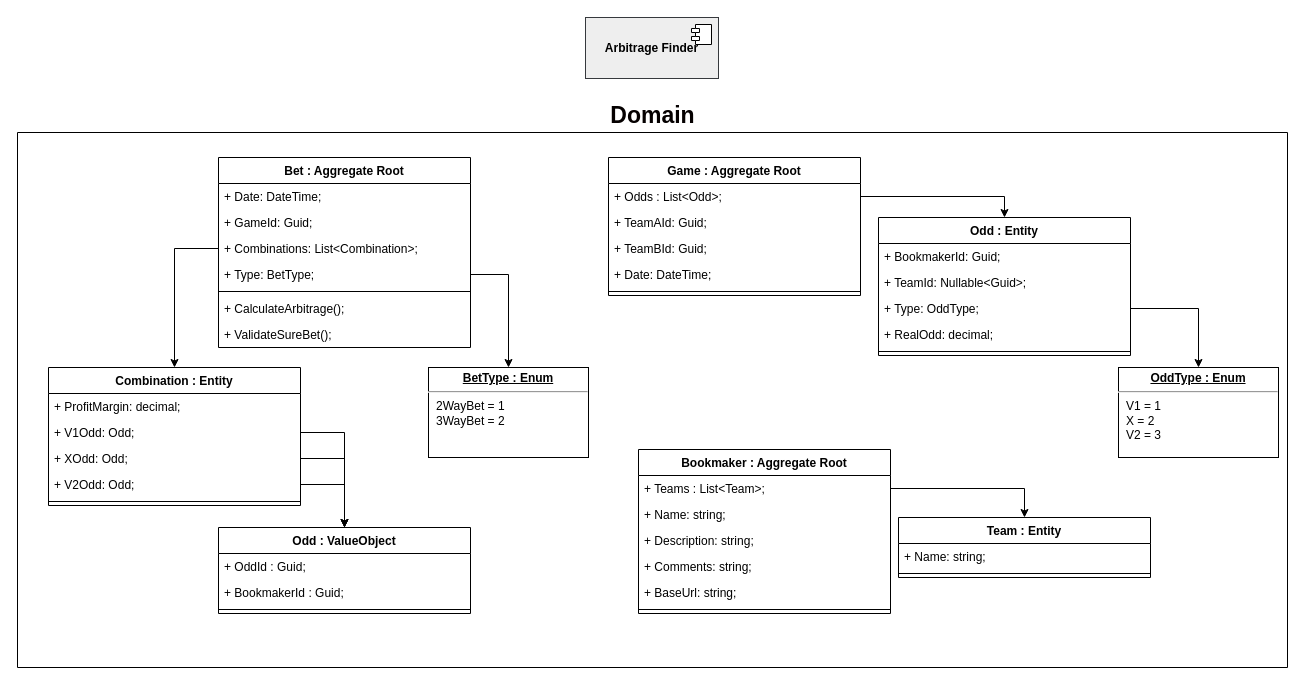
The draw.io diagram page "arbitrage-finder" (2 of 2) of diagrams/arbitrage-finder.drawio in skullizador/arbitrage-finder, before the edit. Source tidied: cells renumbered, new cells numbered last; positions are measured from the earlier drawing's top-left corner, leaving out a move shared by most shapes. Both pictures are drawn from the tidied source at 100%, with x=0, y=0 at pixel (17, 17).
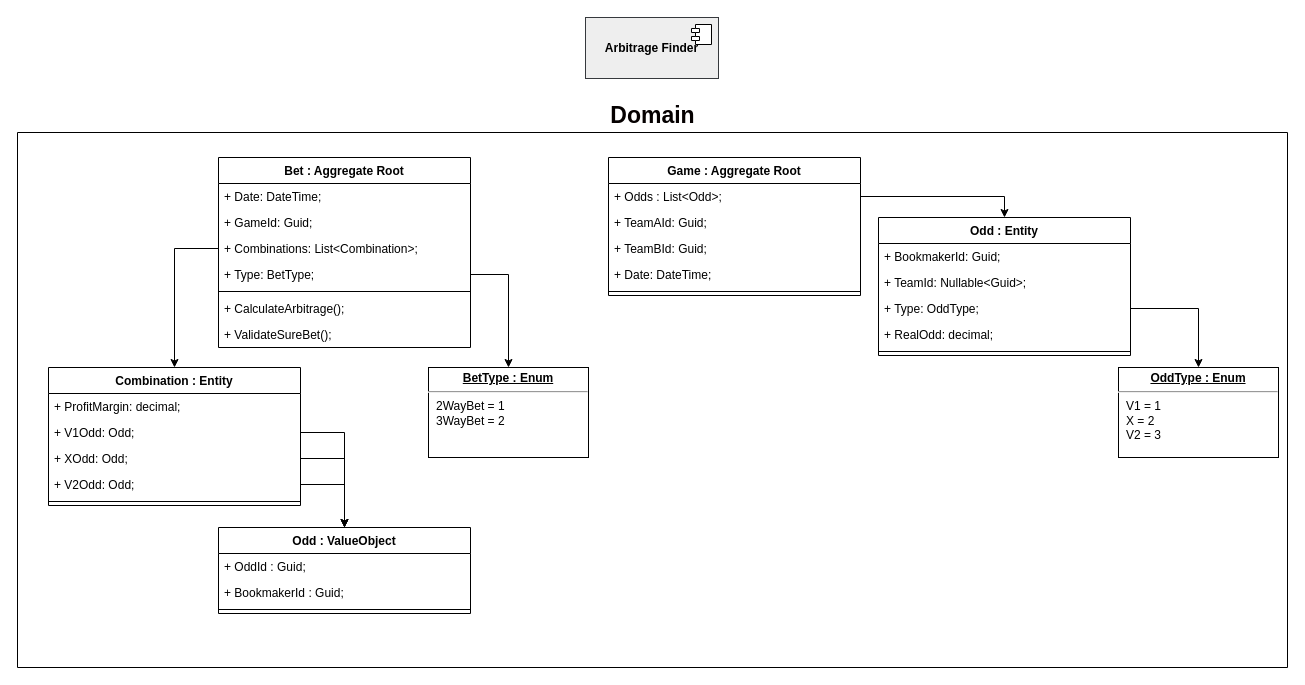
The same diagram, later.

The change refers to these unchanged cells:
```xml
<mxCell id="2" value="Domain" style="swimlane;horizontal=1;fontSize=23;html=1;labelPosition=center;verticalLabelPosition=top;align=center;verticalAlign=bottom;startSize=0;glass=0;shadow=0;swimlaneFillColor=none;fontColor=#050000;" parent="1" vertex="1">
  <mxGeometry y="115" width="1270" height="535" as="geometry" />
</mxCell>
```

The edit, as a diff of the source:
```diff
@@
-    <mxCell id="27" value="Team : Entity" style="swimlane;fontStyle=1;align=center;verticalAlign=top;horizontal=1;startSize=26;" parent="2" vertex="1">
-      <mxGeometry x="881" y="385" width="252" height="60" as="geometry" />
-    </mxCell>
-    <mxCell id="28" value="+ Name: string;" style="text;strokeColor=none;fillColor=none;align=left;verticalAlign=top;spacingLeft=4;spacingRight=4;overflow=hidden;" parent="27" vertex="1">
-      <mxGeometry y="26" width="252" height="26" as="geometry" />
-    </mxCell>
-    <mxCell id="29" style="line;strokeWidth=1;fillColor=none;align=left;verticalAlign=middle;spacingTop=-1;spacingLeft=3;spacingRight=3;labelPosition=right;" parent="27" vertex="1">
-      <mxGeometry y="52" width="252" height="8" as="geometry" />
-    </mxCell>
@@
-    <mxCell id="31" value="Bookmaker : Aggregate Root" style="swimlane;fontStyle=1;align=center;verticalAlign=top;horizontal=1;startSize=26;" parent="2" vertex="1">
-      <mxGeometry x="621" y="317" width="252" height="164" as="geometry" />
-    </mxCell>
-    <mxCell id="32" value="+ Teams : List&lt;Team&gt;;" style="text;strokeColor=none;fillColor=none;align=left;verticalAlign=top;spacingLeft=4;spacingRight=4;overflow=hidden;points=[[0,0.5],[1,0.5]];portConstraint=eastwest;" parent="31" vertex="1">
-      <mxGeometry y="26" width="252" height="26" as="geometry" />
-    </mxCell>
-    <mxCell id="33" value="+ Name: string;" style="text;strokeColor=none;fillColor=none;align=left;verticalAlign=top;spacingLeft=4;spacingRight=4;overflow=hidden;" parent="31" vertex="1">
-      <mxGeometry y="52" width="252" height="26" as="geometry" />
-    </mxCell>
-    <mxCell id="34" value="+ Description: string;" style="text;strokeColor=none;fillColor=none;align=left;verticalAlign=top;spacingLeft=4;spacingRight=4;overflow=hidden;" parent="31" vertex="1">
-      <mxGeometry y="78" width="252" height="26" as="geometry" />
-    </mxCell>
-    <mxCell id="35" value="+ Comments: string;" style="text;strokeColor=none;fillColor=none;align=left;verticalAlign=top;spacingLeft=4;spacingRight=4;overflow=hidden;" parent="31" vertex="1">
-      <mxGeometry y="104" width="252" height="26" as="geometry" />
-    </mxCell>
-    <mxCell id="36" value="+ BaseUrl: string;" style="text;strokeColor=none;fillColor=none;align=left;verticalAlign=top;spacingLeft=4;spacingRight=4;overflow=hidden;" parent="31" vertex="1">
-      <mxGeometry y="130" width="252" height="26" as="geometry" />
-    </mxCell>
-    <mxCell id="37" style="line;strokeWidth=1;fillColor=none;align=left;verticalAlign=middle;spacingTop=-1;spacingLeft=3;spacingRight=3;labelPosition=right;" parent="31" vertex="1">
-      <mxGeometry y="156" width="252" height="8" as="geometry" />
-    </mxCell>
-    <mxCell id="38" style="edgeStyle=orthogonalEdgeStyle;rounded=0;jettySize=auto;html=1;strokeColor=#000000;strokeWidth=1;" parent="2" edge="1" source="32" target="27">
-      <mxGeometry relative="1" as="geometry" />
-    </mxCell>
```
